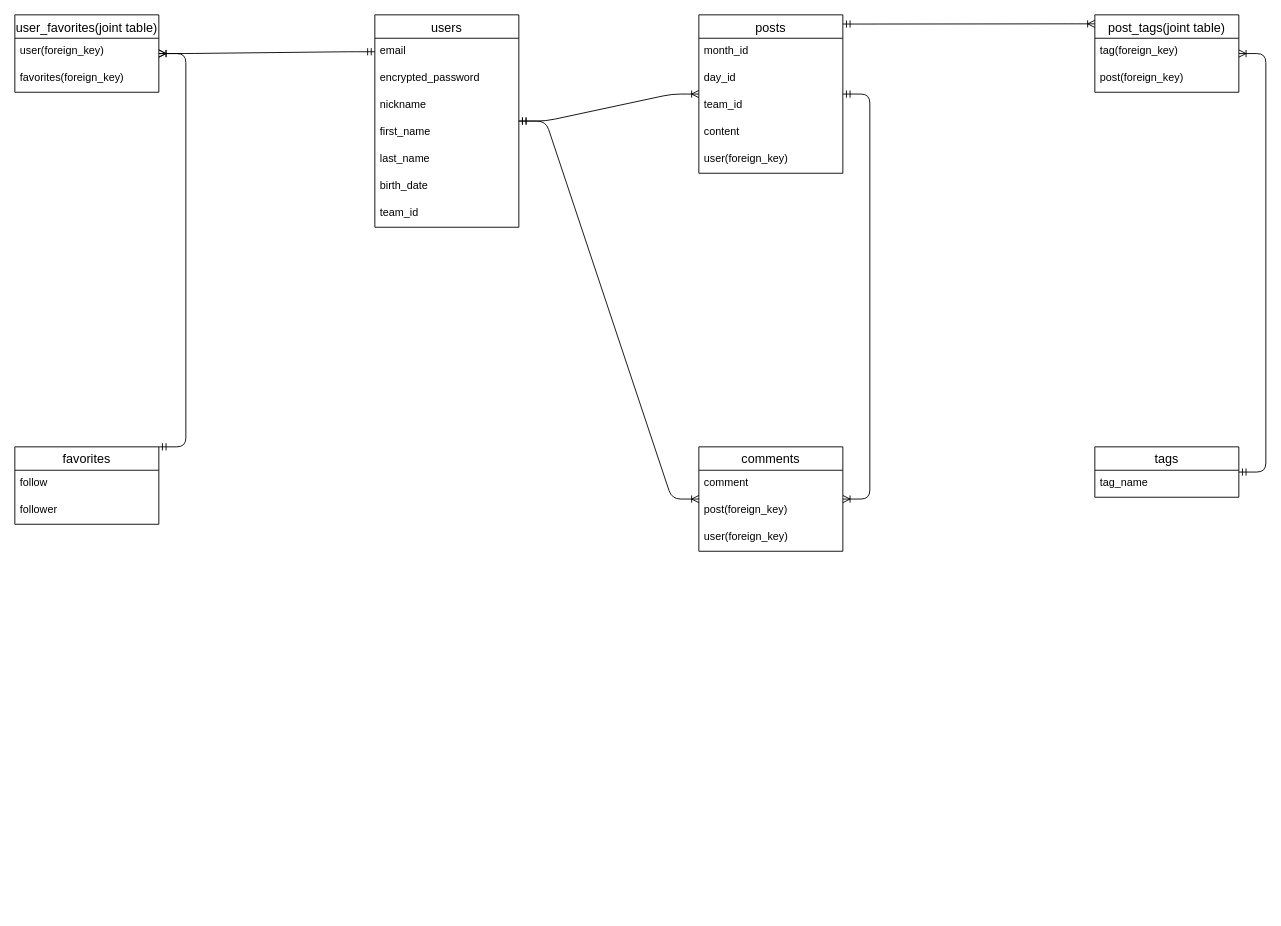
Above: gofutbol.dio in takunakashima/gofutbol (draw.io), before the change. Source tidied: cells renumbered, new cells numbered last; positions are measured from the earlier drawing's top-left corner, leaving out a move shared by most shapes. Both pictures are drawn from the tidied source at 90%, with x=0, y=0 at pixel (14, 14).
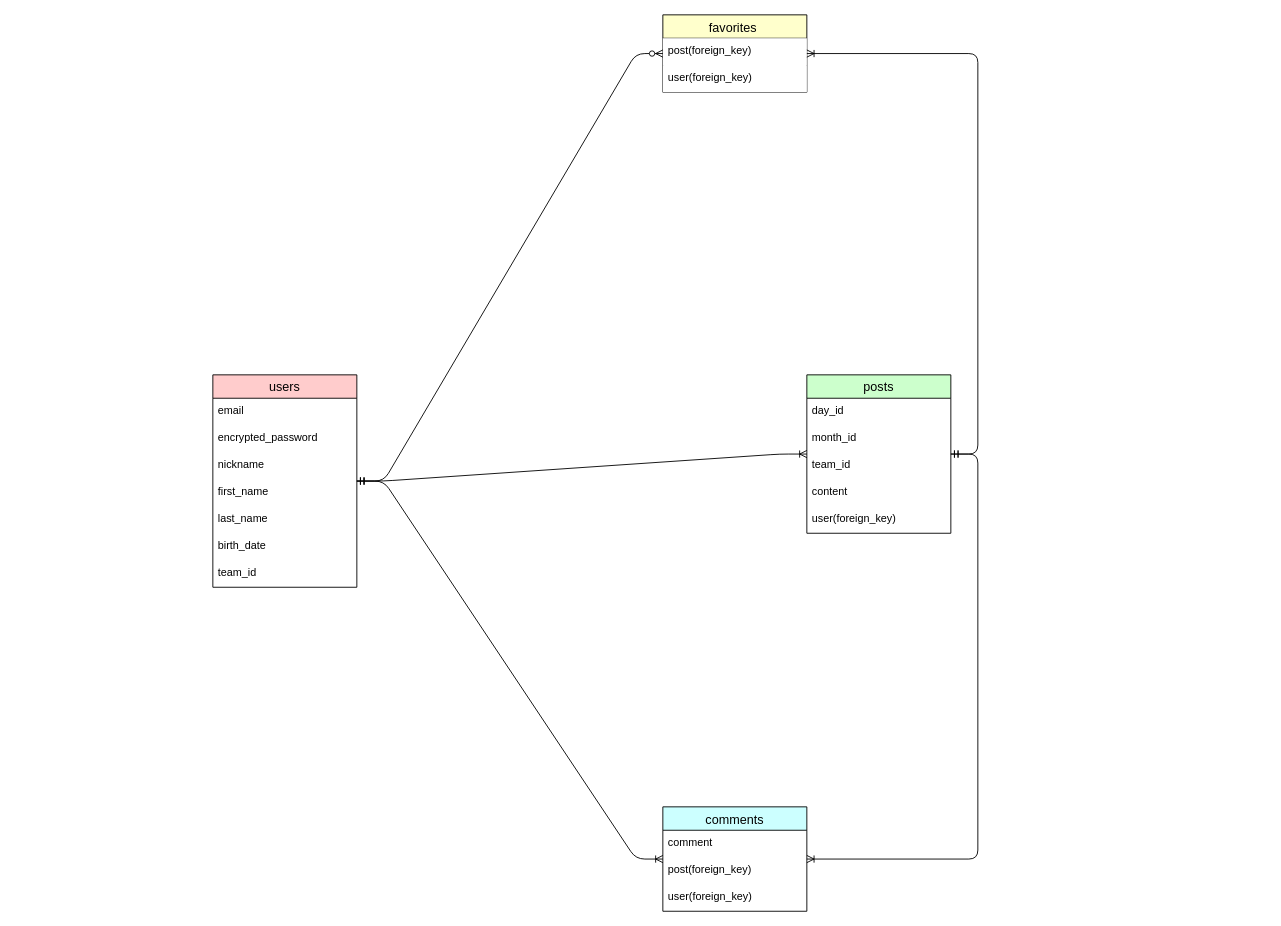
The same diagram, later.

Unchanged cells that the change refers to:
```xml
<mxCell id="3" value="email" style="text;strokeColor=none;fillColor=none;spacingLeft=4;spacingRight=4;overflow=hidden;points=[[0,0.5],[1,0.5]];portConstraint=eastwest;fontSize=12;" parent="2" vertex="1">
  <mxGeometry y="26" width="160" height="30" as="geometry" />
</mxCell>
```

Diff of the diagram source:
```diff
@@
-    <mxCell id="2" value="users" style="swimlane;fontStyle=0;horizontal=1;startSize=26;align=center;fontSize=14;" parent="1" vertex="1">
-      <mxGeometry x="400" width="160" height="236" as="geometry" />
+    <mxCell id="2" value="users" style="swimlane;fontStyle=0;horizontal=1;startSize=26;align=center;fontSize=14;fillColor=#FFCCCC;" parent="1" vertex="1">
+      <mxGeometry x="220" y="400" width="160" height="236" as="geometry" />
     </mxCell>
@@
-    <mxCell id="10" value="posts" style="swimlane;fontStyle=0;horizontal=1;startSize=26;align=center;fontSize=14;" parent="1" vertex="1">
-      <mxGeometry x="760" width="160" height="176" as="geometry" />
+    <mxCell id="10" value="posts" style="swimlane;fontStyle=0;horizontal=1;startSize=26;align=center;fontSize=14;fillColor=#CCFFCC;" parent="1" vertex="1">
+      <mxGeometry x="880" y="400" width="160" height="176" as="geometry" />
     </mxCell>
+    <mxCell id="12" value="day_id" style="text;strokeColor=none;fillColor=none;spacingLeft=4;spacingRight=4;overflow=hidden;fontSize=12;" parent="10" vertex="1">
+      <mxGeometry y="26" width="160" height="30" as="geometry" />
+    </mxCell>
     <mxCell id="11" value="month_id" style="text;strokeColor=none;fillColor=none;spacingLeft=4;spacingRight=4;overflow=hidden;fontSize=12;" parent="10" vertex="1">
-      <mxGeometry y="26" width="160" height="30" as="geometry" />
+      <mxGeometry y="56" width="160" height="30" as="geometry" />
     </mxCell>
-    <mxCell id="12" value="day_id" style="text;strokeColor=none;fillColor=none;spacingLeft=4;spacingRight=4;overflow=hidden;fontSize=12;" parent="10" vertex="1">
-      <mxGeometry y="56" width="160" height="30" as="geometry" />
-    </mxCell>
@@
-    <mxCell id="16" value="comments" style="swimlane;fontStyle=0;horizontal=1;startSize=26;align=center;fontSize=14;" parent="1" vertex="1">
-      <mxGeometry x="760" y="480" width="160" height="116" as="geometry" />
+    <mxCell id="16" value="comments" style="swimlane;fontStyle=0;horizontal=1;startSize=26;align=center;fontSize=14;fillColor=#CCFFFF;" parent="1" vertex="1">
+      <mxGeometry x="720" y="880" width="160" height="116" as="geometry" />
     </mxCell>
@@
-    <mxCell id="23" value="user_favorites(joint table)" style="swimlane;fontStyle=0;horizontal=1;startSize=26;align=center;fontSize=14;" parent="1" vertex="1">
-      <mxGeometry width="160" height="86" as="geometry" />
-    </mxCell>
+    <mxCell id="26" value="favorites " style="swimlane;fontStyle=0;horizontal=1;startSize=26;align=center;fontSize=14;fillColor=#FFFFCC;" parent="1" vertex="1">
+      <mxGeometry x="720" width="160" height="86" as="geometry" />
+    </mxCell>
+    <mxCell id="35" value="post(foreign_key)" style="text;strokeColor=none;fillColor=#FFFFFF;spacingLeft=4;spacingRight=4;overflow=hidden;fontSize=12;" parent="26" vertex="1">
+      <mxGeometry y="26" width="160" height="30" as="geometry" />
+    </mxCell>
-    <mxCell id="24" value="user(foreign_key)" style="text;strokeColor=none;fillColor=none;spacingLeft=4;spacingRight=4;overflow=hidden;fontSize=12;" parent="23" vertex="1">
-      <mxGeometry y="26" width="160" height="30" as="geometry" />
+    <mxCell id="24" value="user(foreign_key)" style="text;strokeColor=none;fillColor=#FFFFFF;spacingLeft=4;spacingRight=4;overflow=hidden;fontSize=12;" parent="26" vertex="1">
+      <mxGeometry y="56" width="160" height="30" as="geometry" />
     </mxCell>
-    <mxCell id="25" value="favorites(foreign_key)" style="text;strokeColor=none;fillColor=none;spacingLeft=4;spacingRight=4;overflow=hidden;fontSize=12;" parent="23" vertex="1">
-      <mxGeometry y="56" width="160" height="30" as="geometry" />
-    </mxCell>
-    <mxCell id="26" value="favorites" style="swimlane;fontStyle=0;horizontal=1;startSize=26;align=center;fontSize=14;" parent="1" vertex="1">
-      <mxGeometry y="480" width="160" height="86" as="geometry" />
-    </mxCell>
-    <mxCell id="27" value="follow" style="text;strokeColor=none;fillColor=none;spacingLeft=4;spacingRight=4;overflow=hidden;fontSize=12;" parent="26" vertex="1">
-      <mxGeometry y="26" width="160" height="30" as="geometry" />
-    </mxCell>
-    <mxCell id="28" value="follower" style="text;strokeColor=none;fillColor=none;spacingLeft=4;spacingRight=4;overflow=hidden;fontSize=12;" parent="26" vertex="1">
-      <mxGeometry y="56" width="160" height="30" as="geometry" />
-    </mxCell>
-    <mxCell id="29" style="edgeStyle=entityRelationEdgeStyle;fontSize=12;html=1;endArrow=ERoneToMany;startArrow=ERmandOne;exitX=0;exitY=0.5;exitDx=0;exitDy=0;" parent="1" edge="1" source="3" target="23">
-      <mxGeometry relative="1" as="geometry" />
-    </mxCell>
-    <mxCell id="30" style="edgeStyle=entityRelationEdgeStyle;fontSize=12;html=1;endArrow=ERoneToMany;startArrow=ERmandOne;exitX=1;exitY=0;exitDx=0;exitDy=0;" parent="1" edge="1" source="26" target="23">
-      <mxGeometry relative="1" as="geometry" />
-    </mxCell>
-    <mxCell id="31" value="tags" style="swimlane;fontStyle=0;horizontal=1;startSize=26;align=center;fontSize=14;" parent="1" vertex="1">
-      <mxGeometry x="1200" y="480" width="160" height="56" as="geometry" />
-    </mxCell>
-    <mxCell id="32" value="tag_name" style="text;strokeColor=none;fillColor=none;spacingLeft=4;spacingRight=4;overflow=hidden;fontSize=12;" parent="31" vertex="1">
-      <mxGeometry y="26" width="160" height="30" as="geometry" />
-    </mxCell>
-    <mxCell id="33" value="post_tags(joint table)" style="swimlane;fontStyle=0;horizontal=1;startSize=26;align=center;fontSize=14;" parent="1" vertex="1">
-      <mxGeometry x="1200" width="160" height="86" as="geometry" />
-    </mxCell>
-    <mxCell id="34" value="tag(foreign_key)" style="text;strokeColor=none;fillColor=none;spacingLeft=4;spacingRight=4;overflow=hidden;fontSize=12;" parent="33" vertex="1">
-      <mxGeometry y="26" width="160" height="30" as="geometry" />
-    </mxCell>
-    <mxCell id="35" value="post(foreign_key)" style="text;strokeColor=none;fillColor=none;spacingLeft=4;spacingRight=4;overflow=hidden;fontSize=12;" parent="33" vertex="1">
-      <mxGeometry y="56" width="160" height="30" as="geometry" />
-    </mxCell>
-    <mxCell id="36" style="edgeStyle=entityRelationEdgeStyle;fontSize=12;html=1;endArrow=ERoneToMany;startArrow=ERmandOne;exitX=1;exitY=0.058;exitDx=0;exitDy=0;exitPerimeter=0;" parent="1" edge="1" source="10">
-      <mxGeometry relative="1" as="geometry">
-        <mxPoint x="1200" y="10" as="targetPoint" />
-      </mxGeometry>
-    </mxCell>
-    <mxCell id="37" style="edgeStyle=entityRelationEdgeStyle;fontSize=12;html=1;endArrow=ERoneToMany;startArrow=ERmandOne;" parent="1" edge="1" source="31" target="33">
-      <mxGeometry relative="1" as="geometry" />
-    </mxCell>
+    <mxCell id="38" style="edgeStyle=entityRelationEdgeStyle;fontSize=12;html=1;endArrow=ERzeroToMany;startArrow=ERmandOne;" parent="1" edge="1" source="2" target="26">
+      <mxGeometry relative="1" as="geometry" />
+    </mxCell>
+    <mxCell id="39" style="edgeStyle=entityRelationEdgeStyle;fontSize=12;html=1;endArrow=ERoneToMany;startArrow=ERmandOne;" parent="1" edge="1" source="10" target="26">
+      <mxGeometry relative="1" as="geometry" />
+    </mxCell>
```
